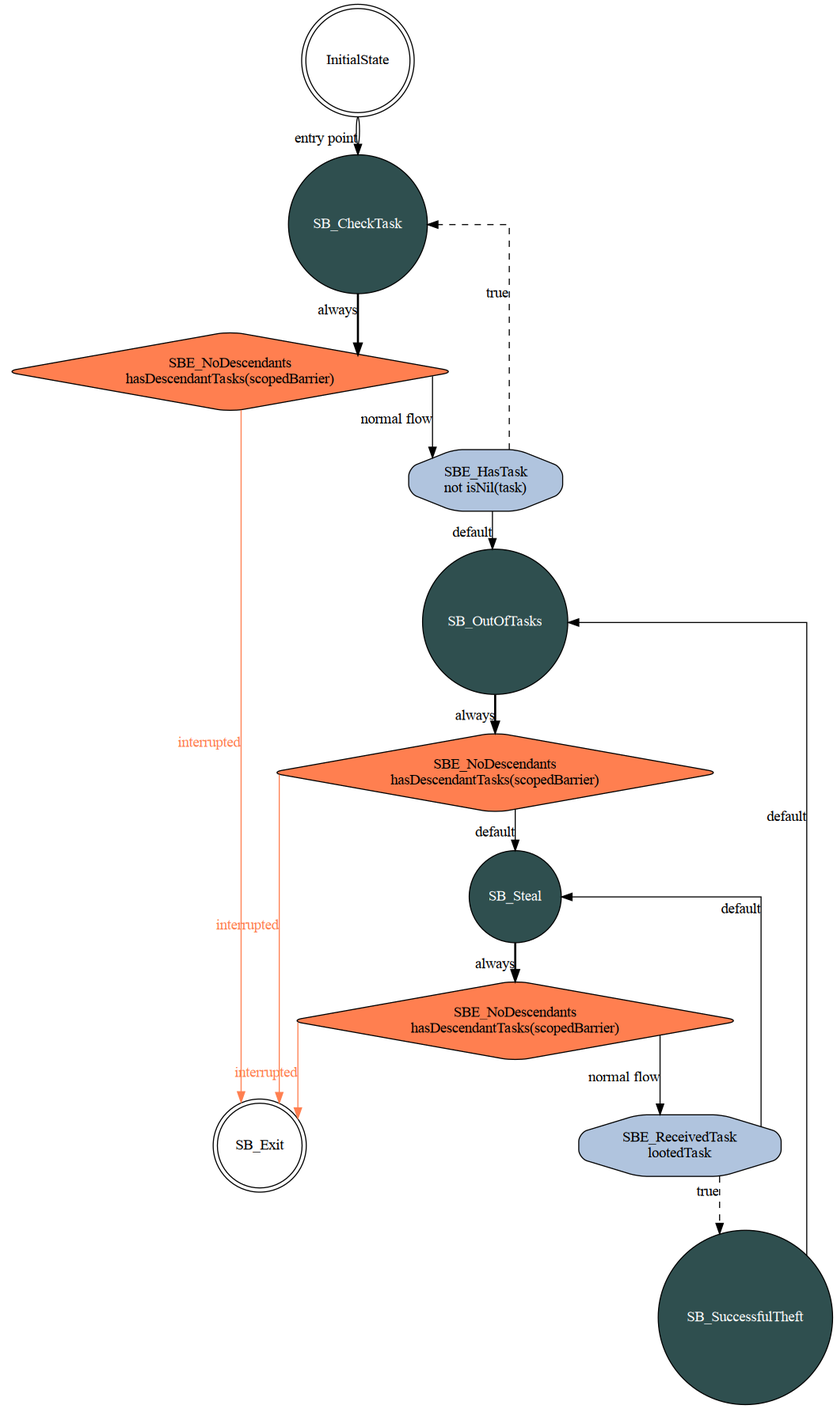
Earlier version of the Graphviz export weave/state_machines/sync_scope.png (mratsim/weave). Its source is kept beside it as weave/state_machines/sync_scope.dot.
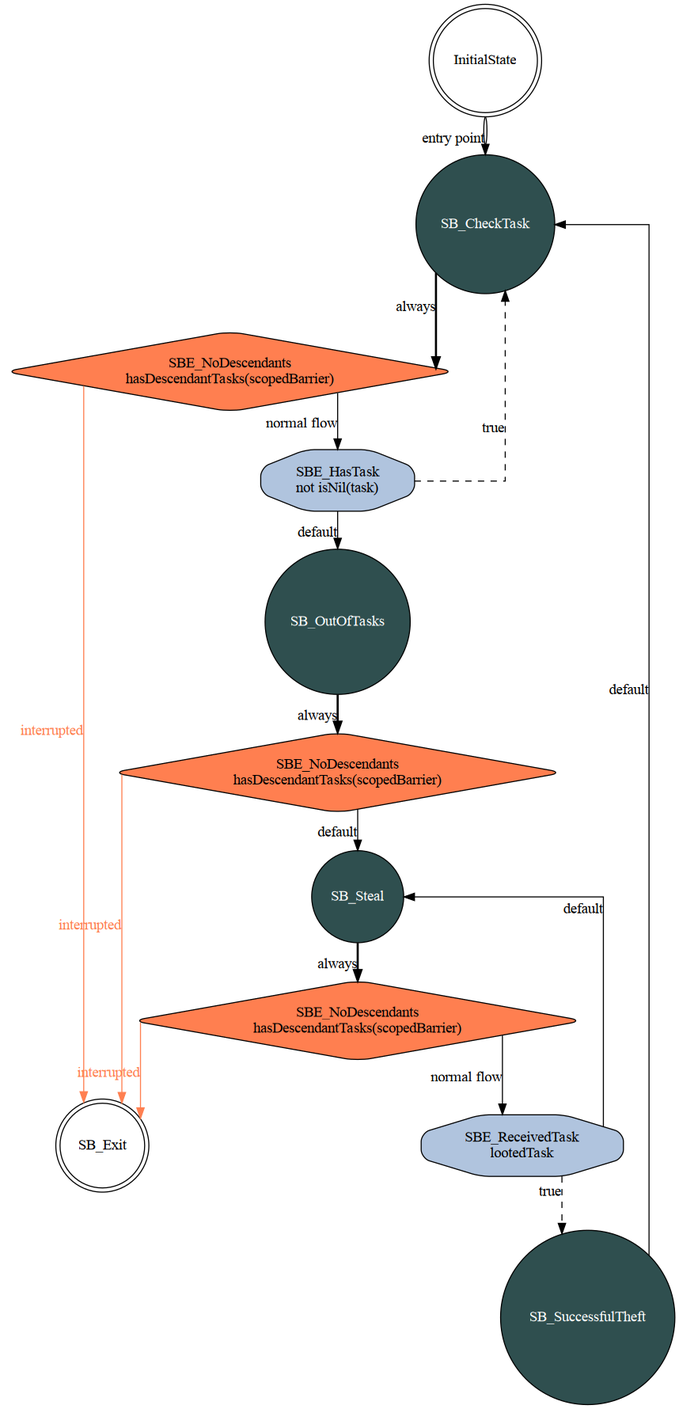
The same diagram one commit later.

What changed in the source:
```diff
@@ -23,5 +23,5 @@
     SB_Steal_SBE_NoDescendants -> SB_Steal_SBE_ReceivedTask[xlabel="normal flow"];
     SB_Steal_SBE_ReceivedTask -> SB_SuccessfulTheft [style=dashed, xlabel="true"];
     SB_Steal_SBE_ReceivedTask -> SB_Steal [xlabel="default"];
-    SB_SuccessfulTheft -> SB_OutOfTasks [xlabel="default"];
+    SB_SuccessfulTheft -> SB_CheckTask [xlabel="default"];
 }
```
